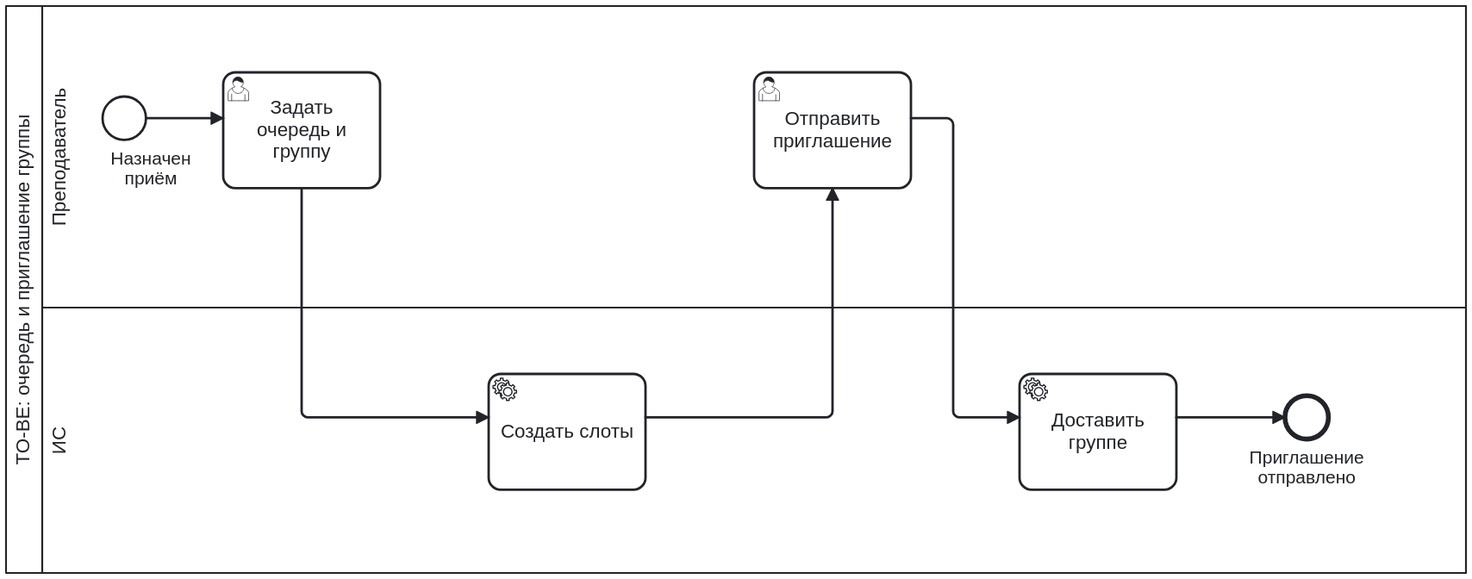
Earlier version of the BPMN export assets/publication.svg (somthngg/lab2-pris). Its source is kept beside it as assets/publication.bpmn. Ids are renumbered.
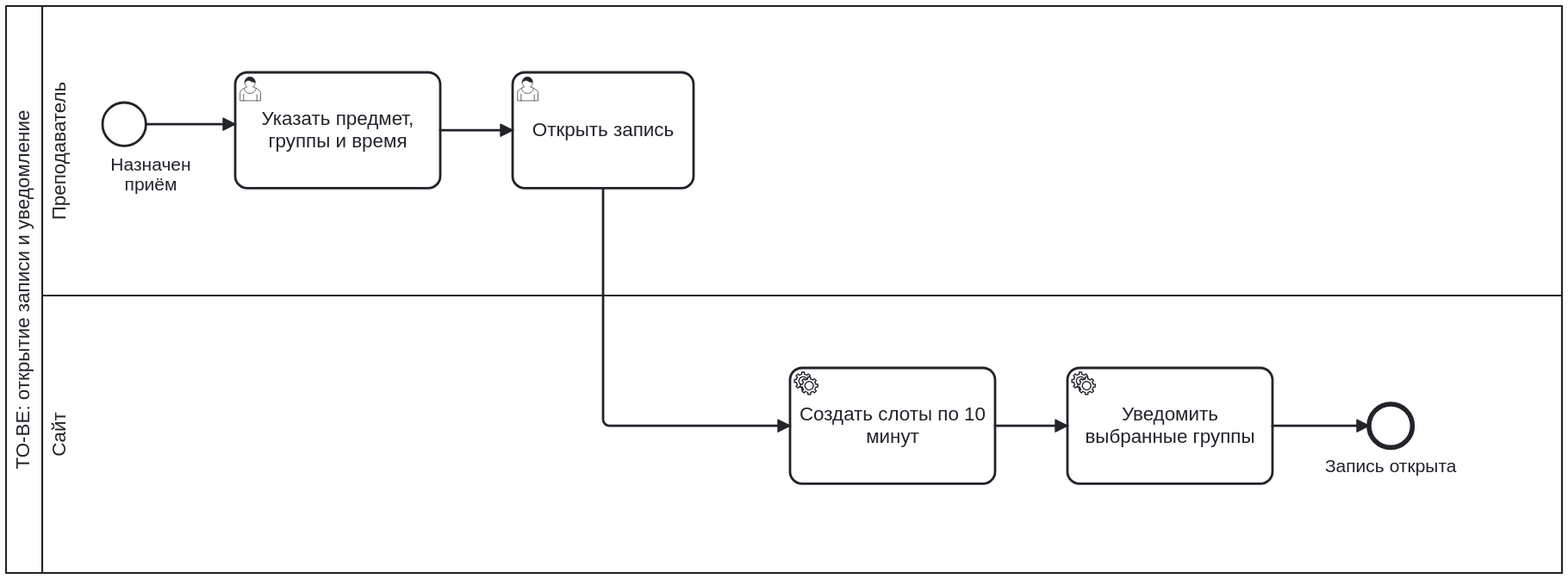
The same file after the commit.

Commit message:
Обновить BPMN: таблица, запись на 10 минут и результаты защит

Change to the diagram source:
```diff
@@ -1,106 +1,103 @@
 <bpmn:definitions xmlns:bpmn="http://www.omg.org/spec/BPMN/20100524/MODEL" xmlns:bpmndi="http://www.omg.org/spec/BPMN/20100524/DI" xmlns:dc="http://www.omg.org/spec/DD/20100524/DC" xmlns:di="http://www.omg.org/spec/DD/20100524/DI" xmlns:xsi="http://www.w3.org/2001/XMLSchema-instance" id="Defs_publication" targetNamespace="https://example.org/consultation-concept">
-  <bpmn:process id="Process_publication" name="TO-BE: очередь и приглашение группы" isExecutable="false">
+  <bpmn:process id="Process_publication" name="TO-BE: открытие записи и уведомление" isExecutable="false">
     <bpmn:laneSet id="LaneSet_publication">
       <bpmn:lane id="Lane_publication_teacher" name="Преподаватель">
         <bpmn:flowNodeRef>p_start</bpmn:flowNodeRef>
         <bpmn:flowNodeRef>p_details</bpmn:flowNodeRef>
-        <bpmn:flowNodeRef>p_invite</bpmn:flowNodeRef>
+        <bpmn:flowNodeRef>p_open</bpmn:flowNodeRef>
       </bpmn:lane>
-      <bpmn:lane id="Lane_publication_system" name="ИС">
+      <bpmn:lane id="Lane_publication_system" name="Сайт">
         <bpmn:flowNodeRef>p_slots</bpmn:flowNodeRef>
-        <bpmn:flowNodeRef>p_deliver</bpmn:flowNodeRef>
+        <bpmn:flowNodeRef>p_notify</bpmn:flowNodeRef>
         <bpmn:flowNodeRef>p_end</bpmn:flowNodeRef>
       </bpmn:lane>
     </bpmn:laneSet>
     <bpmn:startEvent id="p_start" name="Назначен приём">
       <bpmn:outgoing>pf1</bpmn:outgoing>
     </bpmn:startEvent>
-    <bpmn:userTask id="p_details" name="Задать очередь и группу">
+    <bpmn:userTask id="p_details" name="Указать предмет, группы и время">
       <bpmn:incoming>pf1</bpmn:incoming>
       <bpmn:outgoing>pf2</bpmn:outgoing>
     </bpmn:userTask>
-    <bpmn:serviceTask id="p_slots" name="Создать слоты">
+    <bpmn:userTask id="p_open" name="Открыть запись">
       <bpmn:incoming>pf2</bpmn:incoming>
       <bpmn:outgoing>pf3</bpmn:outgoing>
-    </bpmn:serviceTask>
-    <bpmn:userTask id="p_invite" name="Отправить приглашение">
+    </bpmn:userTask>
+    <bpmn:serviceTask id="p_slots" name="Создать слоты по 10 минут">
       <bpmn:incoming>pf3</bpmn:incoming>
       <bpmn:outgoing>pf4</bpmn:outgoing>
-    </bpmn:userTask>
-    <bpmn:serviceTask id="p_deliver" name="Доставить группе">
+    </bpmn:serviceTask>
+    <bpmn:serviceTask id="p_notify" name="Уведомить выбранные группы">
       <bpmn:incoming>pf4</bpmn:incoming>
       <bpmn:outgoing>pf5</bpmn:outgoing>
     </bpmn:serviceTask>
-    <bpmn:endEvent id="p_end" name="Приглашение отправлено">
+    <bpmn:endEvent id="p_end" name="Запись открыта">
       <bpmn:incoming>pf5</bpmn:incoming>
     </bpmn:endEvent>
     <bpmn:sequenceFlow id="pf1" sourceRef="p_start" targetRef="p_details"/>
-    <bpmn:sequenceFlow id="pf2" sourceRef="p_details" targetRef="p_slots"/>
-    <bpmn:sequenceFlow id="pf3" sourceRef="p_slots" targetRef="p_invite"/>
-    <bpmn:sequenceFlow id="pf4" sourceRef="p_invite" targetRef="p_deliver"/>
-    <bpmn:sequenceFlow id="pf5" sourceRef="p_deliver" targetRef="p_end"/>
+    <bpmn:sequenceFlow id="pf2" sourceRef="p_details" targetRef="p_open"/>
+    <bpmn:sequenceFlow id="pf3" sourceRef="p_open" targetRef="p_slots"/>
+    <bpmn:sequenceFlow id="pf4" sourceRef="p_slots" targetRef="p_notify"/>
+    <bpmn:sequenceFlow id="pf5" sourceRef="p_notify" targetRef="p_end"/>
   </bpmn:process>
   <bpmn:collaboration id="Collab_publication">
-    <bpmn:participant id="Pool_publication" name="TO-BE: очередь и приглашение группы" processRef="Process_publication"/>
+    <bpmn:participant id="Pool_publication" name="TO-BE: открытие записи и уведомление" processRef="Process_publication"/>
   </bpmn:collaboration>
   <bpmndi:BPMNDiagram id="Diagram_publication">
     <bpmndi:BPMNPlane id="Plane_publication" bpmnElement="Collab_publication">
       <bpmndi:BPMNShape id="Pool_publication_di" bpmnElement="Pool_publication" isHorizontal="true">
-        <dc:Bounds x="30" y="80" width="1210" height="470"/>
+        <dc:Bounds x="30" y="80" width="1290" height="470"/>
       </bpmndi:BPMNShape>
       <bpmndi:BPMNShape id="Lane_publication_teacher_di" bpmnElement="Lane_publication_teacher" isHorizontal="true">
-        <dc:Bounds x="60" y="80" width="1180" height="250"/>
+        <dc:Bounds x="60" y="80" width="1260" height="240"/>
       </bpmndi:BPMNShape>
       <bpmndi:BPMNShape id="Lane_publication_system_di" bpmnElement="Lane_publication_system" isHorizontal="true">
-        <dc:Bounds x="60" y="330" width="1180" height="220"/>
+        <dc:Bounds x="60" y="320" width="1260" height="230"/>
       </bpmndi:BPMNShape>
       <bpmndi:BPMNShape id="p_start_di" bpmnElement="p_start">
-        <dc:Bounds x="110" y="155" width="36" height="36"/>
+        <dc:Bounds x="110" y="160" width="36" height="36"/>
         <bpmndi:BPMNLabel>
-          <dc:Bounds x="100" y="199" width="100" height="55"/>
+          <dc:Bounds x="100" y="204" width="100" height="55"/>
         </bpmndi:BPMNLabel>
       </bpmndi:BPMNShape>
       <bpmndi:BPMNShape id="p_details_di" bpmnElement="p_details">
-        <dc:Bounds x="210" y="135" width="130" height="96"/>
+        <dc:Bounds x="220" y="135" width="170" height="96"/>
+      </bpmndi:BPMNShape>
+      <bpmndi:BPMNShape id="p_open_di" bpmnElement="p_open">
+        <dc:Bounds x="450" y="135" width="150" height="96"/>
       </bpmndi:BPMNShape>
       <bpmndi:BPMNShape id="p_slots_di" bpmnElement="p_slots">
-        <dc:Bounds x="430" y="385" width="130" height="96"/>
+        <dc:Bounds x="680" y="380" width="170" height="96"/>
       </bpmndi:BPMNShape>
-      <bpmndi:BPMNShape id="p_invite_di" bpmnElement="p_invite">
-        <dc:Bounds x="650" y="135" width="130" height="96"/>
-      </bpmndi:BPMNShape>
-      <bpmndi:BPMNShape id="p_deliver_di" bpmnElement="p_deliver">
-        <dc:Bounds x="870" y="385" width="130" height="96"/>
+      <bpmndi:BPMNShape id="p_notify_di" bpmnElement="p_notify">
+        <dc:Bounds x="910" y="380" width="170" height="96"/>
       </bpmndi:BPMNShape>
       <bpmndi:BPMNShape id="p_end_di" bpmnElement="p_end">
-        <dc:Bounds x="1090" y="403" width="36" height="36"/>
+        <dc:Bounds x="1160" y="410" width="36" height="36"/>
         <bpmndi:BPMNLabel>
-          <dc:Bounds x="1048.0" y="447" width="120" height="55"/>
+          <dc:Bounds x="1118.0" y="454" width="120" height="55"/>
         </bpmndi:BPMNLabel>
       </bpmndi:BPMNShape>
       <bpmndi:BPMNEdge id="pf1_di" bpmnElement="pf1">
-        <di:waypoint x="146" y="173"/>
-        <di:waypoint x="210" y="173"/>
+        <di:waypoint x="146" y="178"/>
+        <di:waypoint x="220" y="178"/>
       </bpmndi:BPMNEdge>
       <bpmndi:BPMNEdge id="pf2_di" bpmnElement="pf2">
-        <di:waypoint x="275" y="231"/>
-        <di:waypoint x="275" y="421"/>
-        <di:waypoint x="430" y="421"/>
+        <di:waypoint x="390" y="183"/>
+        <di:waypoint x="450" y="183"/>
       </bpmndi:BPMNEdge>
       <bpmndi:BPMNEdge id="pf3_di" bpmnElement="pf3">
-        <di:waypoint x="560" y="421"/>
-        <di:waypoint x="715" y="421"/>
-        <di:waypoint x="715" y="231"/>
+        <di:waypoint x="525" y="231"/>
+        <di:waypoint x="525" y="428"/>
+        <di:waypoint x="680" y="428"/>
       </bpmndi:BPMNEdge>
       <bpmndi:BPMNEdge id="pf4_di" bpmnElement="pf4">
-        <di:waypoint x="780" y="173"/>
-        <di:waypoint x="815" y="173"/>
-        <di:waypoint x="815" y="421"/>
-        <di:waypoint x="870" y="421"/>
+        <di:waypoint x="850" y="428"/>
+        <di:waypoint x="910" y="428"/>
       </bpmndi:BPMNEdge>
       <bpmndi:BPMNEdge id="pf5_di" bpmnElement="pf5">
-        <di:waypoint x="1000" y="421"/>
-        <di:waypoint x="1090" y="421"/>
+        <di:waypoint x="1080" y="428"/>
+        <di:waypoint x="1160" y="428"/>
       </bpmndi:BPMNEdge>
     </bpmndi:BPMNPlane>
   </bpmndi:BPMNDiagram>
```
